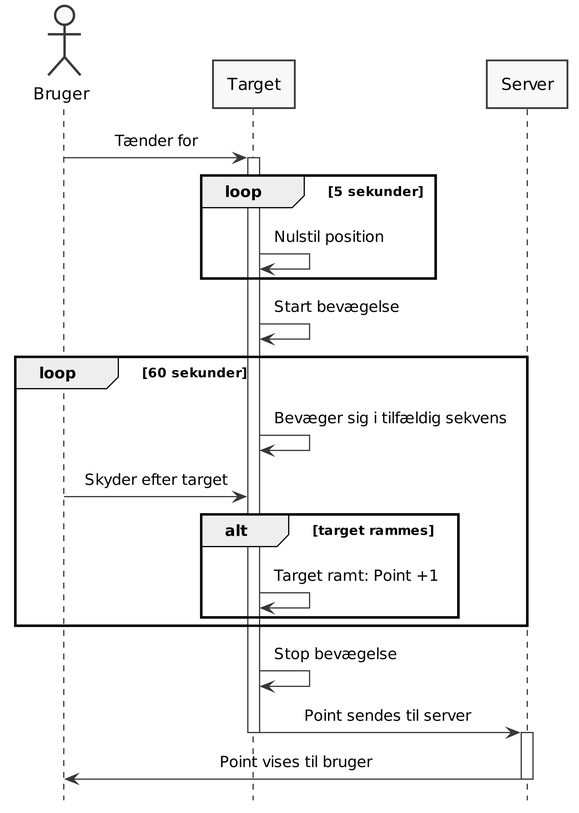
Above: PlantUML/ssd-uc1.png in LasseKrarup/Laser-Tag-Project (PlantUML), before the change.
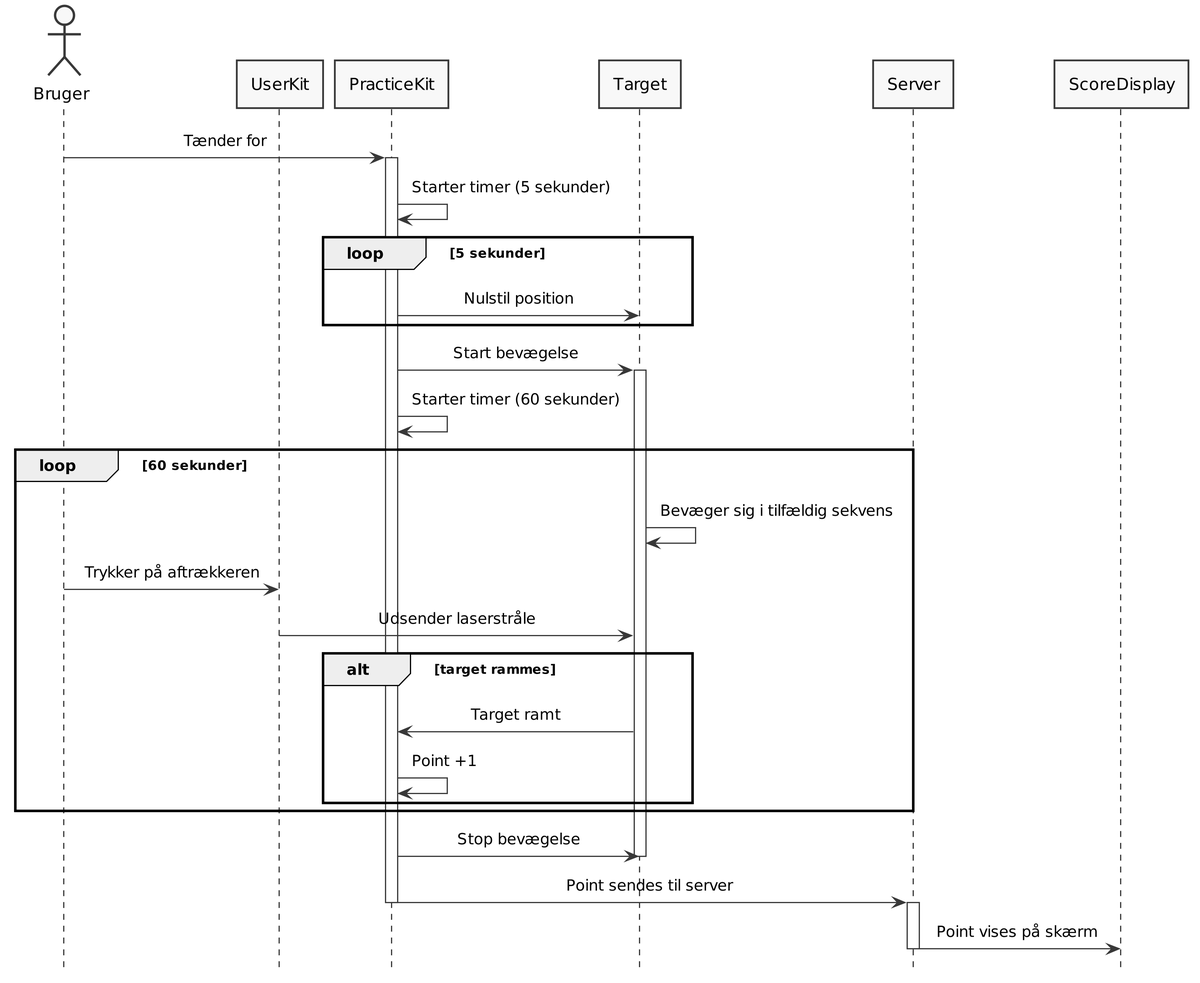
The same diagram one commit later.

Diff of the diagram source:
```diff
@@ -13,32 +13,43 @@
 
 actor Bruger as user
 
-participant "Target" as tgt
-participant "Server" as svr
+participant "UserKit" as userKit
+participant "PracticeKit" as practiceKit
+participant "Target" as target
+participant "Server" as server
+participant "ScoreDisplay" as screen
 
+user -> practiceKit: Tænder for
 
-user -> tgt: Tænder for
-activate tgt
+activate practiceKit
+
+practiceKit -> practiceKit: Starter timer (5 sekunder)
 loop 5 sekunder
-    tgt -> tgt: Nulstil position
+    practiceKit -> target: Nulstil position
 end
-tgt -> tgt: Start bevægelse
 
+practiceKit -> target: Start bevægelse
+activate target
+
+practiceKit -> practiceKit: Starter timer (60 sekunder)
 loop 60 sekunder
-    tgt -> tgt: Bevæger sig i tilfældig sekvens
-    user -> tgt: Skyder efter target
+    target -> target: Bevæger sig i tilfældig sekvens
+    user -> userKit: Trykker på aftrækkeren
+    userKit -> target: Udsender laserstråle
 
     alt target rammes
-        tgt <- tgt: Target ramt: Point +1
+        target -> practiceKit: Target ramt
+        practiceKit -> practiceKit: Point +1
     end
 end
 
-tgt -> tgt: Stop bevægelse
+practiceKit -> target: Stop bevægelse
+deactivate target
 
-tgt -> svr: Point sendes til server
-deactivate tgt
-activate svr
-svr -> user: Point vises til bruger
-deactivate svr
+practiceKit -> server: Point sendes til server
+deactivate practiceKit
+activate server
+server -> screen: Point vises på skærm
+deactivate server
 
 @enduml
```
